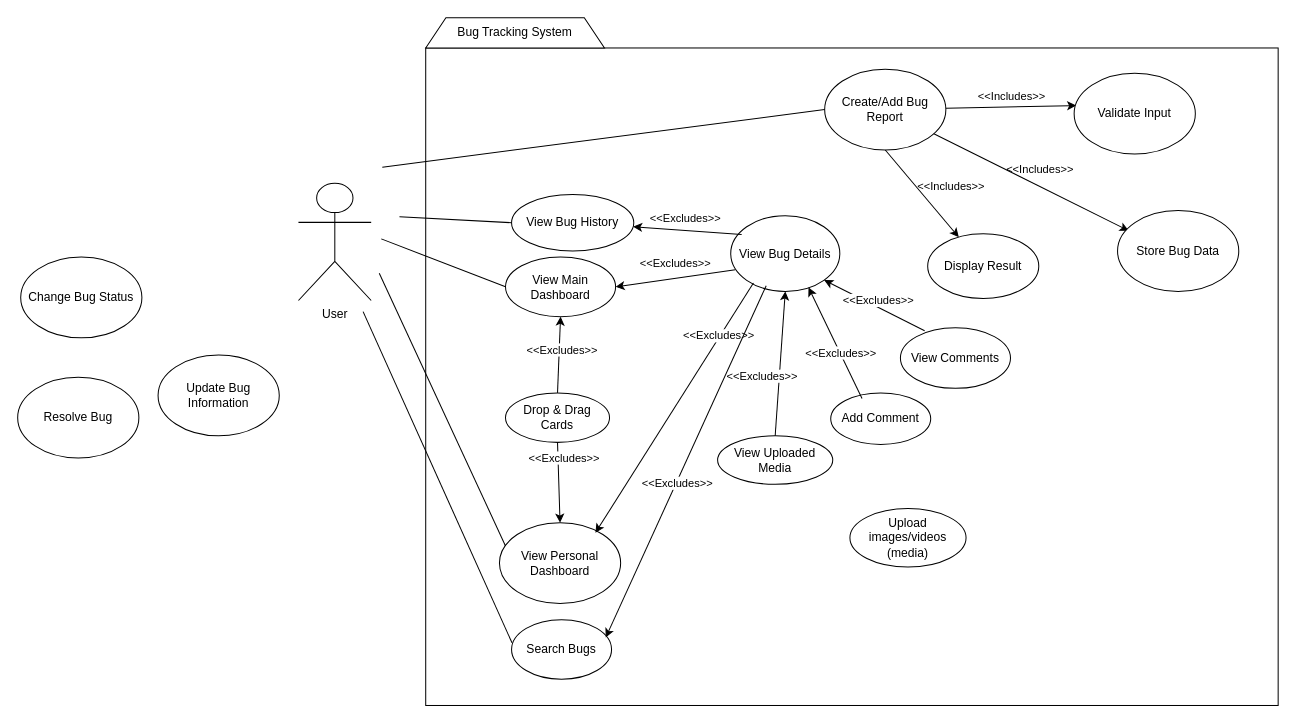
This is UML-Diagrams/Use-Case-Diagram.drawio from ConradCJM/Bug-Terra, a draw.io file, before an edit. Source tidied: cells renumbered, new cells numbered last; positions are measured from the earlier drawing's top-left corner, leaving out a move shared by most shapes. Both pictures are drawn from the tidied source at 101%, with x=0, y=0 at pixel (17, 17).
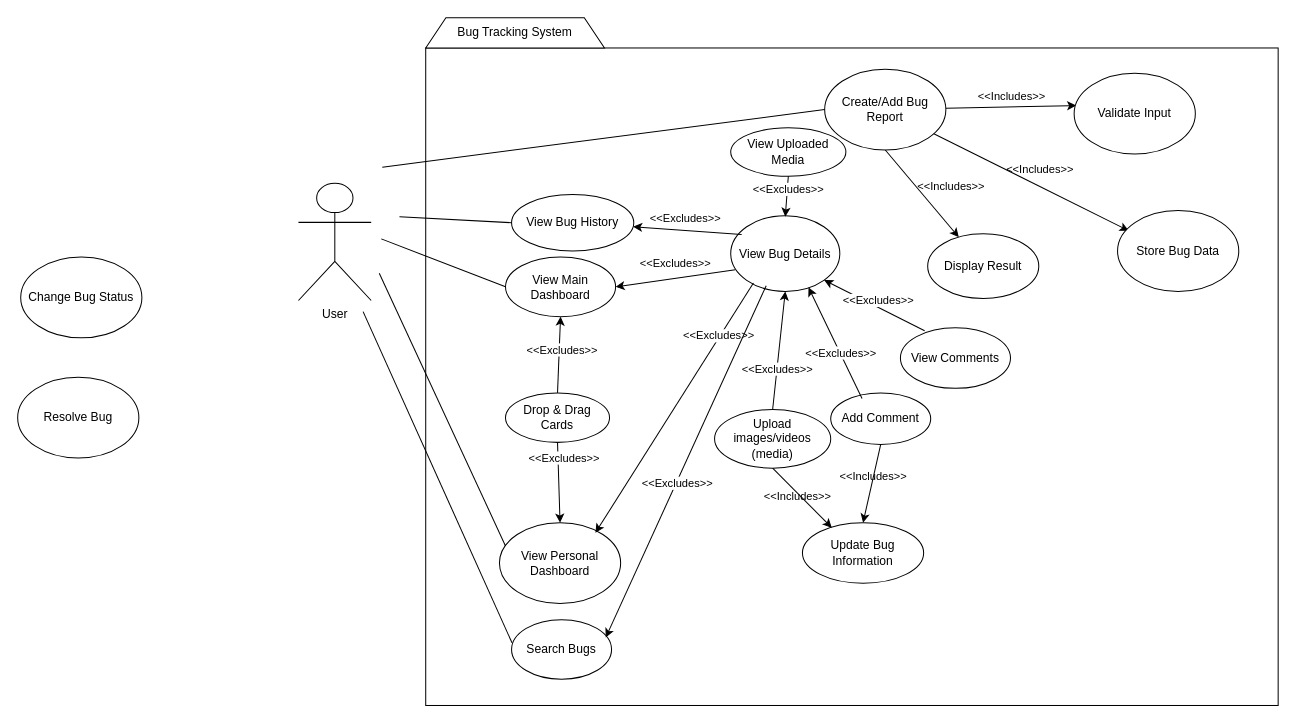
Above is the later version.

Unchanged cells that the change refers to:
```xml
<mxCell id="16" value="View Bug Details" style="ellipse;whiteSpace=wrap;html=1;" parent="1" vertex="1">
  <mxGeometry x="706" y="196" width="108" height="75" as="geometry" />
</mxCell>
<mxCell id="27" value="Add Comment" style="ellipse;whiteSpace=wrap;html=1;" parent="1" vertex="1">
  <mxGeometry x="805" y="371.5" width="99" height="51" as="geometry" />
</mxCell>
```

Diff of the diagram source:
```diff
@@
     <mxCell id="19" value="Update Bug Information" style="ellipse;whiteSpace=wrap;html=1;" parent="1" vertex="1">
-      <mxGeometry x="139" y="334" width="120" height="80" as="geometry" />
+      <mxGeometry x="777" y="500" width="120" height="60" as="geometry" />
     </mxCell>
@@
     <mxCell id="21" value="View Uploaded Media" style="ellipse;whiteSpace=wrap;html=1;" parent="1" vertex="1">
-      <mxGeometry x="693" y="414" width="114" height="48" as="geometry" />
+      <mxGeometry x="706" y="109" width="114" height="48" as="geometry" />
     </mxCell>
@@
     <mxCell id="28" value="Upload images/videos (media)" style="ellipse;whiteSpace=wrap;html=1;" parent="1" vertex="1">
-      <mxGeometry x="824" y="486" width="115" height="58" as="geometry" />
+      <mxGeometry x="690" y="388" width="115" height="58" as="geometry" />
     </mxCell>
@@
-    <mxCell id="30" style="endArrow=classic;html=1;rounded=0;exitX=0.5;exitY=0;exitDx=0;exitDy=0;entryX=0.5;entryY=1;entryDx=0;entryDy=0;" parent="1" edge="1" source="21" target="16">
-      <mxGeometry relative="1" as="geometry" />
+    <mxCell id="30" style="endArrow=classic;html=1;rounded=0;exitX=0.5;exitY=1;exitDx=0;exitDy=0;" parent="1" edge="1" source="21">
+      <mxGeometry relative="1" as="geometry">
+        <mxPoint x="760" y="197" as="targetPoint" />
+      </mxGeometry>
     </mxCell>
     <mxCell id="31" value="&amp;lt;&amp;lt;Excludes&amp;gt;&amp;gt;" style="edgeLabel;html=1;align=center;verticalAlign=middle;" parent="30" vertex="1">
       <mxGeometry x="-0.32" y="2" relative="1" as="geometry">
-        <mxPoint x="-15" y="-10" as="offset" />
+        <mxPoint x="-1" y="-2" as="offset" />
       </mxGeometry>
     </mxCell>
@@
+    <mxCell id="51" style="endArrow=classic;html=1;rounded=0;entryX=0.5;entryY=1;entryDx=0;entryDy=0;exitX=0.5;exitY=0;exitDx=0;exitDy=0;" parent="1" edge="1" source="28" target="16">
+      <mxGeometry relative="1" as="geometry" />
+    </mxCell>
+    <mxCell id="52" value="&amp;lt;&amp;lt;Excludes&amp;gt;&amp;gt;" style="edgeLabel;html=1;align=center;verticalAlign=middle;" parent="51" vertex="1">
+      <mxGeometry x="-0.25" y="1" relative="1" as="geometry">
+        <mxPoint y="3" as="offset" />
+      </mxGeometry>
+    </mxCell>
+    <mxCell id="53" style="rounded=0;jettySize=auto;html=1;entryX=0.5;entryY=0;entryDx=0;entryDy=0;flowAnimation=0;exitX=0.5;exitY=1;exitDx=0;exitDy=0;" parent="1" edge="1" source="27" target="19">
+      <mxGeometry relative="1" as="geometry" />
+    </mxCell>
+    <mxCell id="54" value="&amp;lt;&amp;lt;Includes&amp;gt;&amp;gt;" style="edgeLabel;html=1;align=center;verticalAlign=middle;labelBackgroundColor=none;" parent="53" vertex="1">
+      <mxGeometry x="0.09" y="1" relative="1" as="geometry">
+        <mxPoint y="-11" as="offset" />
+      </mxGeometry>
+    </mxCell>
+    <mxCell id="55" style="rounded=0;jettySize=auto;html=1;entryX=0.242;entryY=0.083;entryDx=0;entryDy=0;flowAnimation=0;entryPerimeter=0;exitX=0.5;exitY=1;exitDx=0;exitDy=0;" parent="1" edge="1" source="28" target="19">
+      <mxGeometry relative="1" as="geometry" />
+    </mxCell>
+    <mxCell id="56" value="&amp;lt;&amp;lt;Includes&amp;gt;&amp;gt;" style="edgeLabel;html=1;align=center;verticalAlign=middle;labelBackgroundColor=none;" parent="55" vertex="1">
+      <mxGeometry x="0.09" y="1" relative="1" as="geometry">
+        <mxPoint x="-8" y="-4" as="offset" />
+      </mxGeometry>
+    </mxCell>
```
